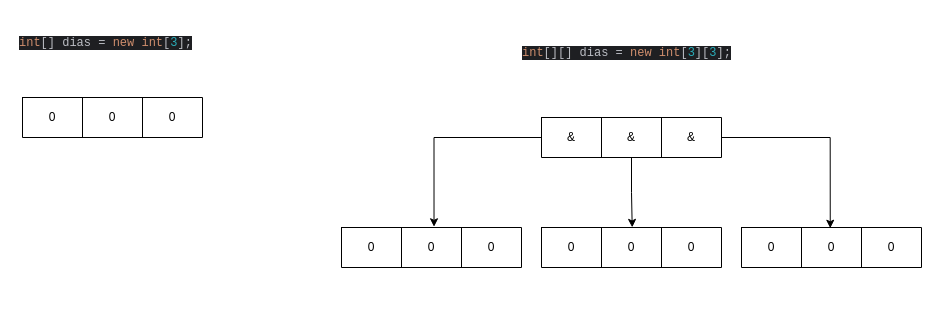
Above: Arrays_multidimensionais.drawio in mateus-s-a/Aprendizado-Java (draw.io), before the change. Source tidied: cells renumbered, new cells numbered last; positions are measured from the earlier drawing's top-left corner, leaving out a move shared by most shapes. Both pictures are drawn from the tidied source at 100%, with x=0, y=0 at pixel (17, 17).
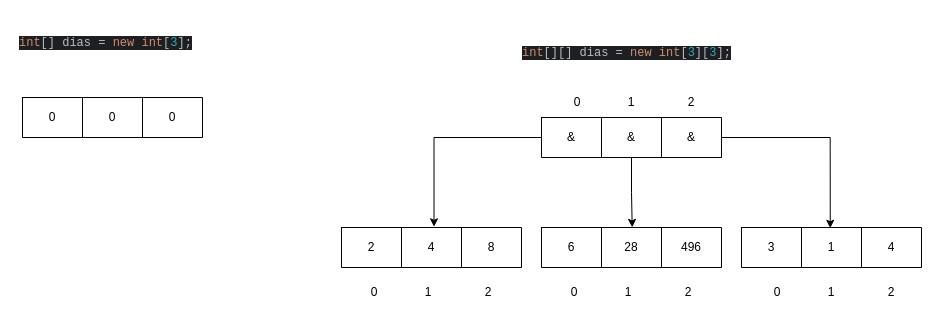
After the change.

Unchanged cells that the change refers to:
```xml
<mxCell id="15" style="shape=tableRow;horizontal=0;startSize=0;swimlaneHead=0;swimlaneBody=0;strokeColor=inherit;top=0;left=0;bottom=0;right=0;fillColor=none;points=[[0,0.5],[1,0.5]];portConstraint=eastwest;" parent="14" vertex="1">
  <mxGeometry width="180" height="40" as="geometry" />
</mxCell>
<mxCell id="20" style="shape=tableRow;horizontal=0;startSize=0;swimlaneHead=0;swimlaneBody=0;strokeColor=inherit;top=0;left=0;bottom=0;right=0;fillColor=none;points=[[0,0.5],[1,0.5]];portConstraint=eastwest;" parent="19" vertex="1">
  <mxGeometry width="180" height="40" as="geometry" />
</mxCell>
<mxCell id="25" style="shape=tableRow;horizontal=0;startSize=0;swimlaneHead=0;swimlaneBody=0;strokeColor=inherit;top=0;left=0;bottom=0;right=0;fillColor=none;points=[[0,0.5],[1,0.5]];portConstraint=eastwest;" parent="24" vertex="1">
  <mxGeometry width="180" height="40" as="geometry" />
</mxCell>
```

What changed in the source:
```diff
@@
-    <mxCell id="16" value="0" style="shape=partialRectangle;html=1;whiteSpace=wrap;strokeColor=inherit;overflow=hidden;fillColor=none;top=0;left=0;bottom=0;right=0;" parent="15" vertex="1">
+    <mxCell id="16" value="6" style="shape=partialRectangle;html=1;whiteSpace=wrap;strokeColor=inherit;overflow=hidden;fillColor=none;top=0;left=0;bottom=0;right=0;" parent="15" vertex="1">
       <mxGeometry width="60" height="40" as="geometry" />
     </mxCell>
-    <mxCell id="17" value="0" style="shape=partialRectangle;html=1;whiteSpace=wrap;strokeColor=inherit;overflow=hidden;fillColor=none;top=0;left=0;bottom=0;right=0;" parent="15" vertex="1">
+    <mxCell id="17" value="28" style="shape=partialRectangle;html=1;whiteSpace=wrap;strokeColor=inherit;overflow=hidden;fillColor=none;top=0;left=0;bottom=0;right=0;" parent="15" vertex="1">
       <mxGeometry x="60" width="60" height="40" as="geometry" />
     </mxCell>
-    <mxCell id="18" value="0" style="shape=partialRectangle;html=1;whiteSpace=wrap;strokeColor=inherit;overflow=hidden;fillColor=none;top=0;left=0;bottom=0;right=0;" parent="15" vertex="1">
+    <mxCell id="18" value="496" style="shape=partialRectangle;html=1;whiteSpace=wrap;strokeColor=inherit;overflow=hidden;fillColor=none;top=0;left=0;bottom=0;right=0;" parent="15" vertex="1">
       <mxGeometry x="120" width="60" height="40" as="geometry" />
     </mxCell>
@@
-    <mxCell id="21" value="0" style="shape=partialRectangle;html=1;whiteSpace=wrap;strokeColor=inherit;overflow=hidden;fillColor=none;top=0;left=0;bottom=0;right=0;" parent="20" vertex="1">
+    <mxCell id="21" value="3" style="shape=partialRectangle;html=1;whiteSpace=wrap;strokeColor=inherit;overflow=hidden;fillColor=none;top=0;left=0;bottom=0;right=0;" parent="20" vertex="1">
       <mxGeometry width="60" height="40" as="geometry" />
     </mxCell>
-    <mxCell id="22" value="0" style="shape=partialRectangle;html=1;whiteSpace=wrap;strokeColor=inherit;overflow=hidden;fillColor=none;top=0;left=0;bottom=0;right=0;" parent="20" vertex="1">
+    <mxCell id="22" value="1" style="shape=partialRectangle;html=1;whiteSpace=wrap;strokeColor=inherit;overflow=hidden;fillColor=none;top=0;left=0;bottom=0;right=0;" parent="20" vertex="1">
       <mxGeometry x="60" width="60" height="40" as="geometry" />
     </mxCell>
-    <mxCell id="23" value="0" style="shape=partialRectangle;html=1;whiteSpace=wrap;strokeColor=inherit;overflow=hidden;fillColor=none;top=0;left=0;bottom=0;right=0;" parent="20" vertex="1">
+    <mxCell id="23" value="4" style="shape=partialRectangle;html=1;whiteSpace=wrap;strokeColor=inherit;overflow=hidden;fillColor=none;top=0;left=0;bottom=0;right=0;" parent="20" vertex="1">
       <mxGeometry x="120" width="60" height="40" as="geometry" />
     </mxCell>
@@
-    <mxCell id="26" value="0" style="shape=partialRectangle;html=1;whiteSpace=wrap;strokeColor=inherit;overflow=hidden;fillColor=none;top=0;left=0;bottom=0;right=0;" parent="25" vertex="1">
+    <mxCell id="26" value="2" style="shape=partialRectangle;html=1;whiteSpace=wrap;strokeColor=inherit;overflow=hidden;fillColor=none;top=0;left=0;bottom=0;right=0;" parent="25" vertex="1">
       <mxGeometry width="60" height="40" as="geometry" />
     </mxCell>
-    <mxCell id="27" value="0" style="shape=partialRectangle;html=1;whiteSpace=wrap;strokeColor=inherit;overflow=hidden;fillColor=none;top=0;left=0;bottom=0;right=0;" parent="25" vertex="1">
+    <mxCell id="27" value="4" style="shape=partialRectangle;html=1;whiteSpace=wrap;strokeColor=inherit;overflow=hidden;fillColor=none;top=0;left=0;bottom=0;right=0;" parent="25" vertex="1">
       <mxGeometry x="60" width="60" height="40" as="geometry" />
     </mxCell>
-    <mxCell id="28" value="0" style="shape=partialRectangle;html=1;whiteSpace=wrap;strokeColor=inherit;overflow=hidden;fillColor=none;top=0;left=0;bottom=0;right=0;" parent="25" vertex="1">
+    <mxCell id="28" value="8" style="shape=partialRectangle;html=1;whiteSpace=wrap;strokeColor=inherit;overflow=hidden;fillColor=none;top=0;left=0;bottom=0;right=0;" parent="25" vertex="1">
       <mxGeometry x="120" width="60" height="40" as="geometry" />
     </mxCell>
@@
+    <mxCell id="32" value="&lt;div&gt;0&lt;/div&gt;" style="text;strokeColor=none;align=center;fillColor=none;html=1;verticalAlign=middle;whiteSpace=wrap;rounded=0;" parent="1" vertex="1">
+      <mxGeometry x="530" y="70" width="60" height="30" as="geometry" />
+    </mxCell>
+    <mxCell id="33" value="1" style="text;strokeColor=none;align=center;fillColor=none;html=1;verticalAlign=middle;whiteSpace=wrap;rounded=0;" parent="1" vertex="1">
+      <mxGeometry x="584" y="70" width="60" height="30" as="geometry" />
+    </mxCell>
+    <mxCell id="34" value="2" style="text;strokeColor=none;align=center;fillColor=none;html=1;verticalAlign=middle;whiteSpace=wrap;rounded=0;" parent="1" vertex="1">
+      <mxGeometry x="644" y="70" width="60" height="30" as="geometry" />
+    </mxCell>
+    <mxCell id="35" value="&lt;div&gt;0&lt;/div&gt;" style="text;strokeColor=none;align=center;fillColor=none;html=1;verticalAlign=middle;whiteSpace=wrap;rounded=0;" parent="1" vertex="1">
+      <mxGeometry x="327" y="260" width="60" height="30" as="geometry" />
+    </mxCell>
+    <mxCell id="36" value="1" style="text;strokeColor=none;align=center;fillColor=none;html=1;verticalAlign=middle;whiteSpace=wrap;rounded=0;" parent="1" vertex="1">
+      <mxGeometry x="381" y="260" width="60" height="30" as="geometry" />
+    </mxCell>
+    <mxCell id="37" value="2" style="text;strokeColor=none;align=center;fillColor=none;html=1;verticalAlign=middle;whiteSpace=wrap;rounded=0;" parent="1" vertex="1">
+      <mxGeometry x="441" y="260" width="60" height="30" as="geometry" />
+    </mxCell>
+    <mxCell id="38" value="&lt;div&gt;0&lt;/div&gt;" style="text;strokeColor=none;align=center;fillColor=none;html=1;verticalAlign=middle;whiteSpace=wrap;rounded=0;" parent="1" vertex="1">
+      <mxGeometry x="527" y="260" width="60" height="30" as="geometry" />
+    </mxCell>
+    <mxCell id="39" value="1" style="text;strokeColor=none;align=center;fillColor=none;html=1;verticalAlign=middle;whiteSpace=wrap;rounded=0;" parent="1" vertex="1">
+      <mxGeometry x="581" y="260" width="60" height="30" as="geometry" />
+    </mxCell>
+    <mxCell id="40" value="2" style="text;strokeColor=none;align=center;fillColor=none;html=1;verticalAlign=middle;whiteSpace=wrap;rounded=0;" parent="1" vertex="1">
+      <mxGeometry x="641" y="260" width="60" height="30" as="geometry" />
+    </mxCell>
+    <mxCell id="41" value="&lt;div&gt;0&lt;/div&gt;" style="text;strokeColor=none;align=center;fillColor=none;html=1;verticalAlign=middle;whiteSpace=wrap;rounded=0;" parent="1" vertex="1">
+      <mxGeometry x="730" y="260" width="60" height="30" as="geometry" />
+    </mxCell>
+    <mxCell id="42" value="1" style="text;strokeColor=none;align=center;fillColor=none;html=1;verticalAlign=middle;whiteSpace=wrap;rounded=0;" parent="1" vertex="1">
+      <mxGeometry x="784" y="260" width="60" height="30" as="geometry" />
+    </mxCell>
+    <mxCell id="43" value="2" style="text;strokeColor=none;align=center;fillColor=none;html=1;verticalAlign=middle;whiteSpace=wrap;rounded=0;" parent="1" vertex="1">
+      <mxGeometry x="844" y="260" width="60" height="30" as="geometry" />
+    </mxCell>
```
